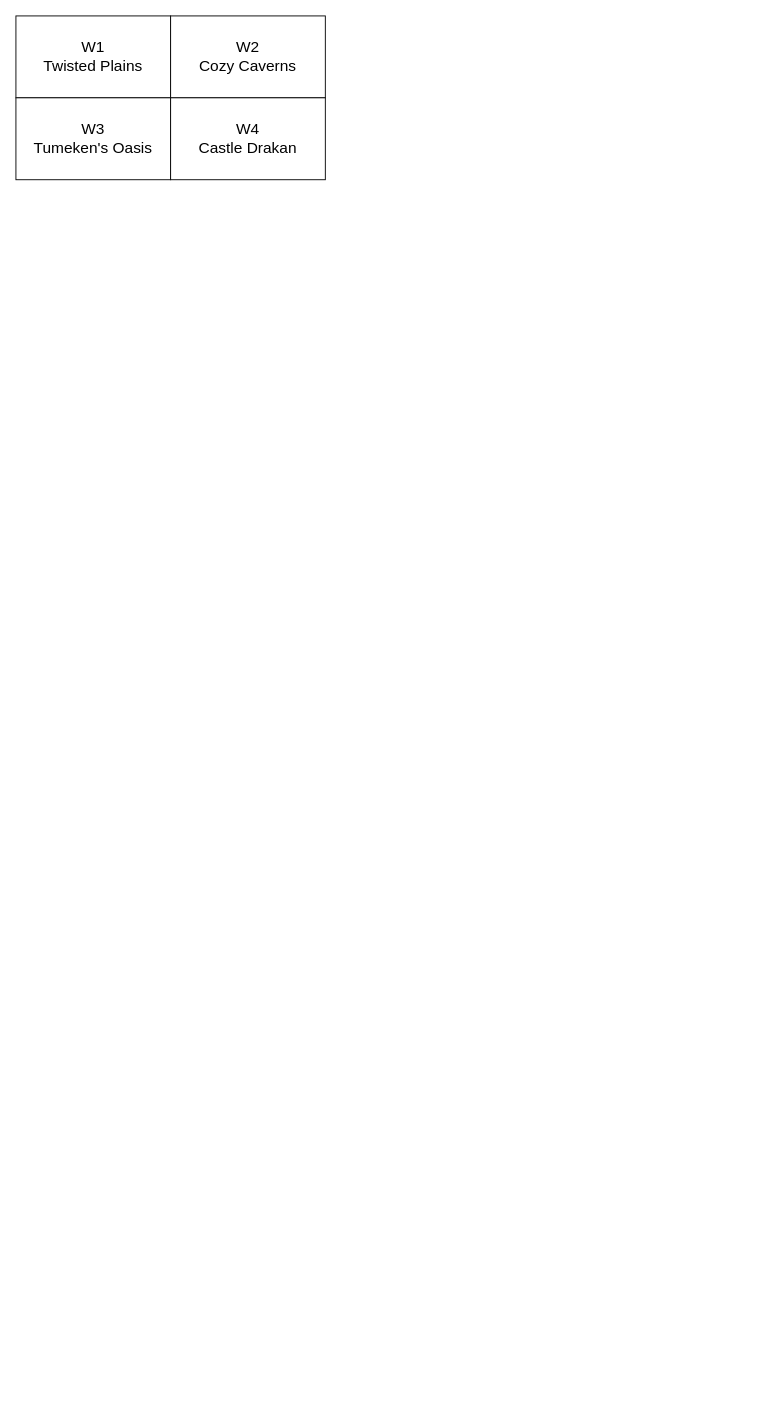
yoshi-isle/SummerBingo keeps this draw.io diagram as planning/plan.drawio. Above is the earlier version. Source tidied: cells renumbered, new cells numbered last; positions are measured from the earlier drawing's top-left corner, leaving out a move shared by most shapes. Both pictures are drawn from the tidied source at 91%, with x=0, y=0 at pixel (15, 15).
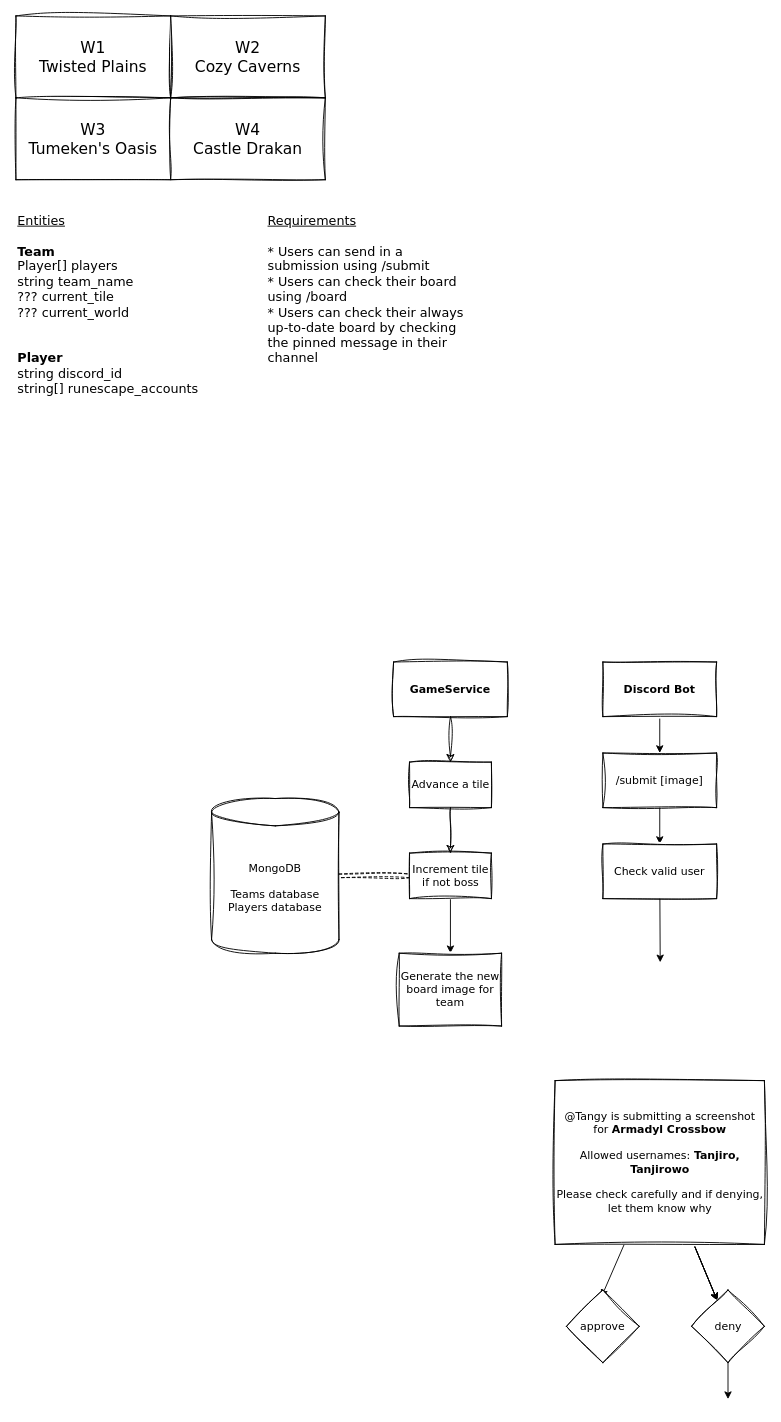
After the change.

Commit message (it also covers changes not shown here):
Add initial implementation of game service API with MongoDB integration

Diff of the diagram source:
```diff
@@
-    <mxCell id="2" value="W1&lt;div&gt;Twisted Plains&lt;/div&gt;" style="rounded=0;whiteSpace=wrap;html=1;fontSize=17;" parent="1" vertex="1">
+    <mxCell id="2" value="W1&lt;div&gt;Twisted Plains&lt;/div&gt;" style="rounded=0;whiteSpace=wrap;html=1;fontSize=17;sketch=1;curveFitting=1;jiggle=2;fontFamily=Verdana;" parent="1" vertex="1">
       <mxGeometry width="170" height="90" as="geometry" />
     </mxCell>
-    <mxCell id="3" value="W2&lt;div&gt;Cozy Caverns&lt;/div&gt;" style="rounded=0;whiteSpace=wrap;html=1;fontSize=17;" parent="1" vertex="1">
+    <mxCell id="3" value="W2&lt;div&gt;Cozy Caverns&lt;/div&gt;" style="rounded=0;whiteSpace=wrap;html=1;fontSize=17;sketch=1;curveFitting=1;jiggle=2;fontFamily=Verdana;" parent="1" vertex="1">
       <mxGeometry x="170" width="170" height="90" as="geometry" />
     </mxCell>
-    <mxCell id="4" value="W3&lt;div&gt;Tumeken's Oasis&lt;/div&gt;" style="rounded=0;whiteSpace=wrap;html=1;fontSize=17;" parent="1" vertex="1">
+    <mxCell id="4" value="W3&lt;div&gt;Tumeken's Oasis&lt;/div&gt;" style="rounded=0;whiteSpace=wrap;html=1;fontSize=17;sketch=1;curveFitting=1;jiggle=2;fontFamily=Verdana;" parent="1" vertex="1">
       <mxGeometry y="90" width="170" height="90" as="geometry" />
     </mxCell>
-    <mxCell id="5" value="W4&lt;div&gt;Castle Drakan&lt;/div&gt;" style="rounded=0;whiteSpace=wrap;html=1;fontSize=17;" parent="1" vertex="1">
+    <mxCell id="5" value="W4&lt;div&gt;Castle Drakan&lt;/div&gt;" style="rounded=0;whiteSpace=wrap;html=1;fontSize=17;sketch=1;curveFitting=1;jiggle=2;fontFamily=Verdana;" parent="1" vertex="1">
       <mxGeometry x="170" y="90" width="170" height="90" as="geometry" />
     </mxCell>
+    <mxCell id="6" value="&lt;div style=&quot;&quot;&gt;&lt;u style=&quot;background-color: transparent;&quot;&gt;Entities&lt;/u&gt;&lt;/div&gt;&lt;div style=&quot;&quot;&gt;&lt;u&gt;&lt;br&gt;&lt;/u&gt;&lt;/div&gt;&lt;div style=&quot;&quot;&gt;&lt;b&gt;Team&lt;/b&gt;&lt;/div&gt;&lt;div style=&quot;&quot;&gt;Player[] players&lt;/div&gt;&lt;div style=&quot;&quot;&gt;string team_name&lt;/div&gt;&lt;div style=&quot;&quot;&gt;??? current_tile&lt;/div&gt;&lt;div style=&quot;&quot;&gt;??? current_world&lt;/div&gt;&lt;div style=&quot;&quot;&gt;&lt;br&gt;&lt;/div&gt;&lt;div style=&quot;&quot;&gt;&lt;br&gt;&lt;/div&gt;&lt;div style=&quot;&quot;&gt;&lt;b&gt;Player&lt;/b&gt;&lt;/div&gt;&lt;div style=&quot;&quot;&gt;string discord_id&lt;/div&gt;&lt;div style=&quot;&quot;&gt;string[] runescape_accounts&lt;/div&gt;" style="text;html=1;align=left;verticalAlign=top;whiteSpace=wrap;rounded=0;fontSize=14;fontColor=default;sketch=1;curveFitting=1;jiggle=2;fontFamily=Verdana;" parent="1" vertex="1">
+      <mxGeometry y="210" width="275" height="210" as="geometry" />
+    </mxCell>
+    <mxCell id="7" value="&lt;font style=&quot;font-size: 14px;&quot;&gt;&lt;u&gt;Requirements&lt;/u&gt;&lt;/font&gt;&lt;div&gt;&lt;font style=&quot;font-size: 14px;&quot;&gt;&lt;u&gt;&lt;br&gt;&lt;/u&gt;&lt;/font&gt;&lt;/div&gt;&lt;div&gt;&lt;font style=&quot;font-size: 14px;&quot;&gt;* Users can send in a submission using /submit&lt;/font&gt;&lt;/div&gt;&lt;div&gt;&lt;font style=&quot;font-size: 14px;&quot;&gt;* Users can check their board using /board&lt;/font&gt;&lt;/div&gt;&lt;div&gt;&lt;font style=&quot;font-size: 14px;&quot;&gt;* Users can check their always up-to-date board by checking the pinned message in their channel&lt;/font&gt;&lt;/div&gt;" style="text;html=1;align=left;verticalAlign=top;whiteSpace=wrap;rounded=0;sketch=1;curveFitting=1;jiggle=2;fontFamily=Verdana;" parent="1" vertex="1">
+      <mxGeometry x="275" y="210" width="220" height="200" as="geometry" />
+    </mxCell>
+    <mxCell id="8" value="MongoDB&lt;div&gt;&lt;br&gt;&lt;/div&gt;&lt;div&gt;Teams database&lt;/div&gt;&lt;div&gt;Players database&lt;/div&gt;" style="shape=cylinder3;whiteSpace=wrap;html=1;boundedLbl=1;backgroundOutline=1;size=15;sketch=1;curveFitting=1;jiggle=2;fontFamily=Verdana;" parent="1" vertex="1">
+      <mxGeometry x="215" y="860" width="140" height="170" as="geometry" />
+    </mxCell>
+    <mxCell id="9" style="edgeStyle=none;html=1;" parent="1" edge="1" source="14" target="30">
+      <mxGeometry relative="1" as="geometry" />
+    </mxCell>
+    <mxCell id="10" style="edgeStyle=none;html=1;" parent="1" edge="1" source="14" target="30">
+      <mxGeometry relative="1" as="geometry" />
+    </mxCell>
+    <mxCell id="11" style="edgeStyle=none;html=1;" parent="1" edge="1" source="14" target="30">
+      <mxGeometry relative="1" as="geometry" />
+    </mxCell>
+    <mxCell id="12" style="edgeStyle=none;html=1;" parent="1" edge="1" source="14" target="30">
+      <mxGeometry relative="1" as="geometry" />
+    </mxCell>
+    <mxCell id="13" style="edgeStyle=none;html=1;entryX=0.479;entryY=0.098;entryDx=0;entryDy=0;entryPerimeter=0;" parent="1" edge="1" source="14" target="31">
+      <mxGeometry relative="1" as="geometry" />
+    </mxCell>
+    <mxCell id="14" value="@Tangy is submitting a screenshot for &lt;b&gt;Armadyl Crossbow&lt;/b&gt;&lt;br&gt;&lt;br&gt;Allowed usernames:&lt;b&gt; Tanjiro, Tanjirowo&lt;/b&gt;&lt;div&gt;&lt;br&gt;&lt;/div&gt;&lt;div&gt;Please check carefully and if denying, let them know why&lt;/div&gt;" style="rounded=0;whiteSpace=wrap;html=1;sketch=1;curveFitting=1;jiggle=2;fontFamily=Verdana;" parent="1" vertex="1">
+      <mxGeometry x="592.5" y="1170" width="230" height="180" as="geometry" />
+    </mxCell>
+    <mxCell id="15" style="edgeStyle=none;html=1;" parent="1" edge="1" source="16" target="28">
+      <mxGeometry relative="1" as="geometry" />
+    </mxCell>
+    <mxCell id="16" value="/submit [image]" style="rounded=0;whiteSpace=wrap;html=1;sketch=1;curveFitting=1;jiggle=2;fontFamily=Verdana;" parent="1" vertex="1">
+      <mxGeometry x="645" y="810" width="125" height="60" as="geometry" />
+    </mxCell>
+    <mxCell id="17" style="edgeStyle=none;html=1;entryX=0.5;entryY=0;entryDx=0;entryDy=0;sketch=1;curveFitting=1;jiggle=2;fontFamily=Verdana;" parent="1" edge="1" source="18" target="20">
+      <mxGeometry relative="1" as="geometry" />
+    </mxCell>
+    <mxCell id="18" value="GameService" style="rounded=0;whiteSpace=wrap;html=1;fontStyle=1;sketch=1;curveFitting=1;jiggle=2;fontFamily=Verdana;" parent="1" vertex="1">
+      <mxGeometry x="415" y="710" width="125" height="60" as="geometry" />
+    </mxCell>
+    <mxCell id="19" style="edgeStyle=none;html=1;sketch=1;curveFitting=1;jiggle=2;fontFamily=Verdana;" parent="1" edge="1" source="20" target="23">
+      <mxGeometry relative="1" as="geometry" />
+    </mxCell>
+    <mxCell id="20" value="Advance a tile" style="rounded=0;whiteSpace=wrap;html=1;fontStyle=0;sketch=1;curveFitting=1;jiggle=2;fontFamily=Verdana;" parent="1" vertex="1">
+      <mxGeometry x="432.5" y="820" width="90" height="50" as="geometry" />
+    </mxCell>
+    <mxCell id="21" style="edgeStyle=none;html=1;dashed=1;shape=link;strokeColor=default;sketch=1;curveFitting=1;jiggle=2;fontFamily=Verdana;" parent="1" edge="1" source="23" target="8">
+      <mxGeometry relative="1" as="geometry" />
+    </mxCell>
+    <mxCell id="22" style="edgeStyle=none;html=1;" parent="1" edge="1" source="23" target="24">
+      <mxGeometry relative="1" as="geometry" />
+    </mxCell>
+    <mxCell id="23" value="Increment tile if not boss" style="rounded=0;whiteSpace=wrap;html=1;fontStyle=0;sketch=1;curveFitting=1;jiggle=2;fontFamily=Verdana;" parent="1" vertex="1">
+      <mxGeometry x="432.5" y="920" width="90" height="50" as="geometry" />
+    </mxCell>
+    <mxCell id="24" value="Generate the new board image for team" style="rounded=0;whiteSpace=wrap;html=1;fontStyle=0;sketch=1;curveFitting=1;jiggle=2;fontFamily=Verdana;" parent="1" vertex="1">
+      <mxGeometry x="421.2" y="1030" width="112.5" height="80" as="geometry" />
+    </mxCell>
+    <mxCell id="25" style="edgeStyle=none;html=1;entryX=0.5;entryY=0;entryDx=0;entryDy=0;" parent="1" edge="1" source="26" target="16">
+      <mxGeometry relative="1" as="geometry" />
+    </mxCell>
+    <mxCell id="26" value="Discord Bot" style="rounded=0;whiteSpace=wrap;html=1;fontStyle=1;sketch=1;curveFitting=1;jiggle=2;fontFamily=Verdana;" parent="1" vertex="1">
+      <mxGeometry x="645" y="710" width="125" height="60" as="geometry" />
+    </mxCell>
+    <mxCell id="27" style="edgeStyle=none;html=1;" parent="1" edge="1" source="28">
+      <mxGeometry relative="1" as="geometry">
+        <mxPoint x="708" y="1040" as="targetPoint" />
+      </mxGeometry>
+    </mxCell>
+    <mxCell id="28" value="Check valid user" style="rounded=0;whiteSpace=wrap;html=1;sketch=1;curveFitting=1;jiggle=2;fontFamily=Verdana;" parent="1" vertex="1">
+      <mxGeometry x="645" y="910" width="125" height="60" as="geometry" />
+    </mxCell>
+    <mxCell id="29" style="edgeStyle=none;html=1;" parent="1" edge="1" source="30">
+      <mxGeometry relative="1" as="geometry">
+        <mxPoint x="782.5" y="1520" as="targetPoint" />
+      </mxGeometry>
+    </mxCell>
+    <mxCell id="30" value="deny" style="rhombus;whiteSpace=wrap;html=1;fontFamily=Verdana;rounded=0;sketch=1;curveFitting=1;jiggle=2;" parent="1" vertex="1">
+      <mxGeometry x="742.5" y="1400" width="80" height="80" as="geometry" />
+    </mxCell>
+    <mxCell id="31" value="approve" style="rhombus;whiteSpace=wrap;html=1;fontFamily=Verdana;rounded=0;sketch=1;curveFitting=1;jiggle=2;" parent="1" vertex="1">
+      <mxGeometry x="605" y="1400" width="80" height="80" as="geometry" />
+    </mxCell>
```
